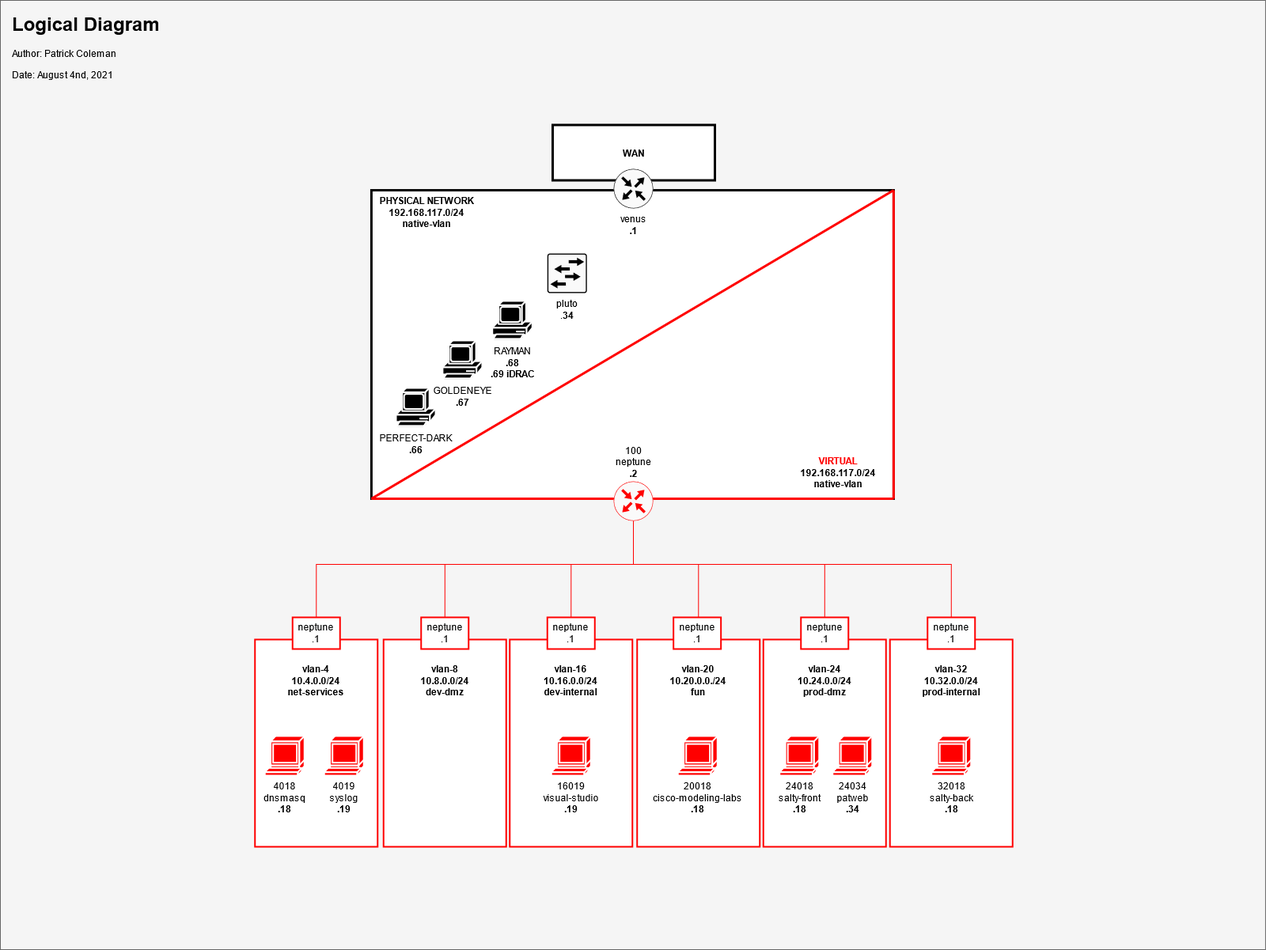
patbcole117/PatWeb keeps this draw.io diagram as app/static/img/homenet-logical.png. Above is the earlier version. Source tidied: cells renumbered, new cells last; positions are measured from the earlier drawing's top-left corner, leaving out a move shared by most shapes.
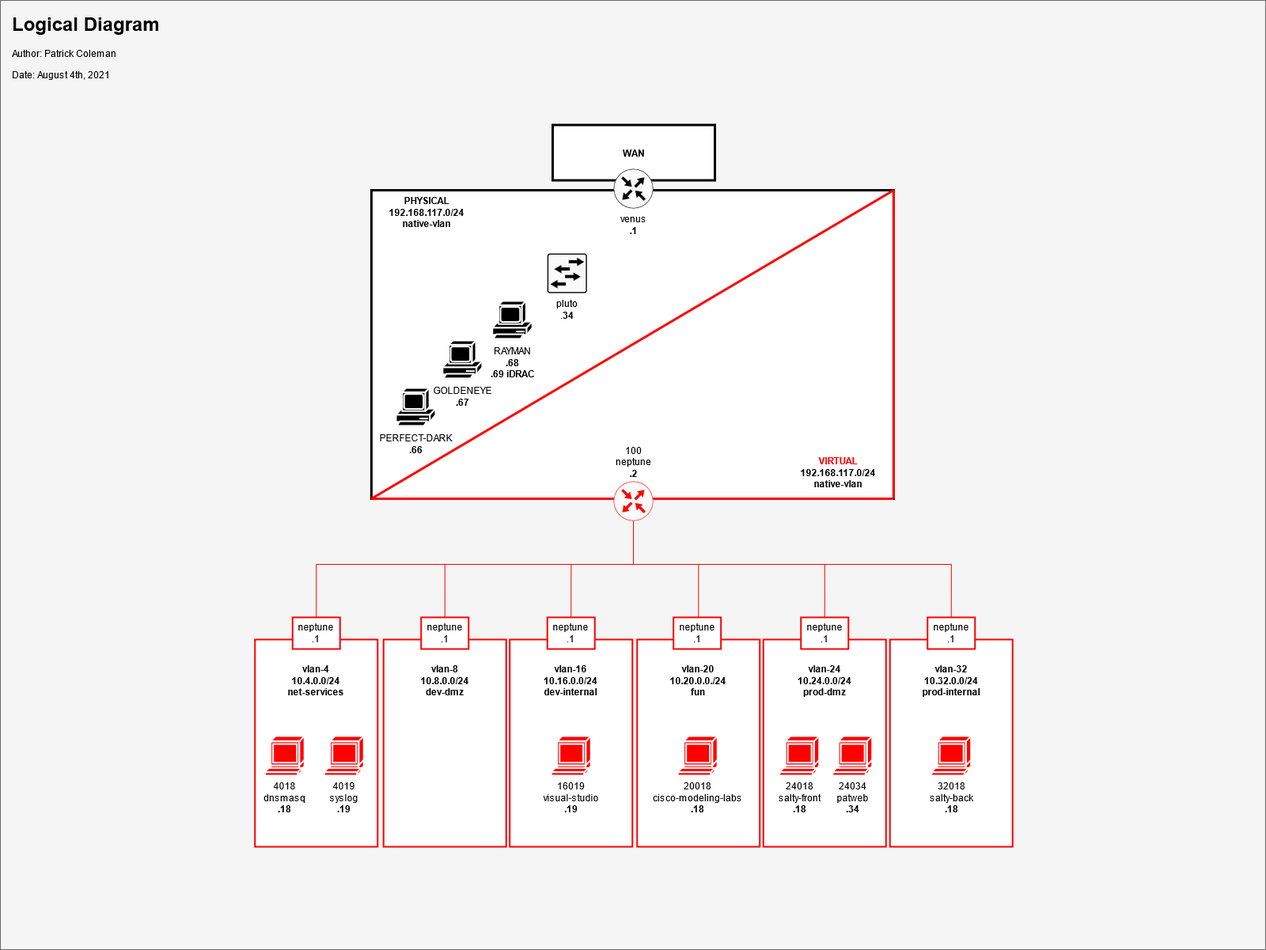
After the change.

What changed in the source:
```diff
@@ -98,7 +98,7 @@
     <mxCell id="20" value="&lt;div&gt;venus&lt;/div&gt;&lt;div&gt;&lt;b&gt;.1&lt;/b&gt;&lt;br&gt;&lt;/div&gt;" style="verticalLabelPosition=bottom;html=1;verticalAlign=top;align=center;shape=mxgraph.cisco19.rect;prIcon=router;fillColor=#FAFAFA;" parent="1" vertex="1">
       <mxGeometry x="775" y="213" width="50" height="50" as="geometry" />
     </mxCell>
-    <mxCell id="21" value="&lt;div&gt;&lt;span&gt;PHYSICAL NETWORK&lt;/span&gt;&lt;br&gt;&lt;/div&gt;&lt;div&gt;192.168.117.0/24&lt;/div&gt;&lt;div&gt;native-vlan&lt;/div&gt;" style="text;html=1;strokeColor=none;fillColor=none;align=center;verticalAlign=middle;whiteSpace=wrap;rounded=0;labelBackgroundColor=none;fontColor=#000000;fontStyle=1;" parent="1" vertex="1">
+    <mxCell id="21" value="&lt;div&gt;&lt;span&gt;PHYSICAL&lt;/span&gt;&lt;br&gt;&lt;/div&gt;&lt;div&gt;192.168.117.0/24&lt;/div&gt;&lt;div&gt;native-vlan&lt;/div&gt;" style="text;html=1;strokeColor=none;fillColor=none;align=center;verticalAlign=middle;whiteSpace=wrap;rounded=0;labelBackgroundColor=none;fontColor=#000000;fontStyle=1;" parent="1" vertex="1">
       <mxGeometry x="468.9" y="257.5" width="140" height="20" as="geometry" />
     </mxCell>
     <mxCell id="22" value="&lt;div&gt;vlan-4&lt;br&gt;&lt;/div&gt;&lt;div&gt;10.4.0.0/24&lt;/div&gt;&lt;div&gt;net-services&lt;br&gt;&lt;/div&gt;" style="text;html=1;strokeColor=none;fillColor=none;align=center;verticalAlign=middle;whiteSpace=wrap;rounded=0;labelBackgroundColor=none;fontColor=#000000;fontStyle=1;" parent="1" vertex="1">
@@ -125,7 +125,7 @@
     <mxCell id="29" style="endArrow=none;html=1;strokeColor=#FF0000;strokeWidth=3;exitX=1;exitY=1;exitDx=0;exitDy=0;entryX=1;entryY=0;entryDx=0;entryDy=0;" parent="1" edge="1" source="16" target="16">
       <mxGeometry x="-436.1" y="383" as="geometry" />
     </mxCell>
-    <mxCell id="30" value="&lt;h1&gt;Logical Diagram&lt;br&gt;&lt;/h1&gt;&lt;p&gt;Author: Patrick Coleman&lt;br&gt;&lt;/p&gt;&lt;p&gt;Date: August 4nd, 2021&lt;br&gt;&lt;/p&gt;" style="text;html=1;strokeColor=none;fillColor=none;spacing=5;spacingTop=-20;whiteSpace=wrap;overflow=hidden;rounded=0;" parent="1" vertex="1">
+    <mxCell id="30" value="&lt;h1&gt;Logical Diagram&lt;br&gt;&lt;/h1&gt;&lt;p&gt;Author: Patrick Coleman&lt;br&gt;&lt;/p&gt;&lt;p&gt;Date: August 4th, 2021&lt;br&gt;&lt;/p&gt;" style="text;html=1;strokeColor=none;fillColor=none;spacing=5;spacingTop=-20;whiteSpace=wrap;overflow=hidden;rounded=0;" parent="1" vertex="1">
       <mxGeometry x="10" y="10" width="220" height="120" as="geometry" />
     </mxCell>
     <mxCell id="31" value="&lt;div&gt;16019&lt;br&gt;&lt;/div&gt;&lt;div&gt;visual-studio&lt;br&gt;&lt;/div&gt;&lt;div&gt;&lt;b&gt;.19&lt;/b&gt;&lt;br&gt;&lt;/div&gt;&lt;div&gt;&lt;br&gt;&lt;br&gt;&lt;/div&gt;" style="shape=mxgraph.cisco.computers_and_peripherals.terminal;html=1;dashed=0;strokeColor=#ffffff;strokeWidth=2;verticalLabelPosition=bottom;verticalAlign=top;align=center;labelBackgroundColor=none;fontFamily=Helvetica;fontSize=12;fontColor=#000000;fillColor=#FF0000;" parent="1" vertex="1">
```
